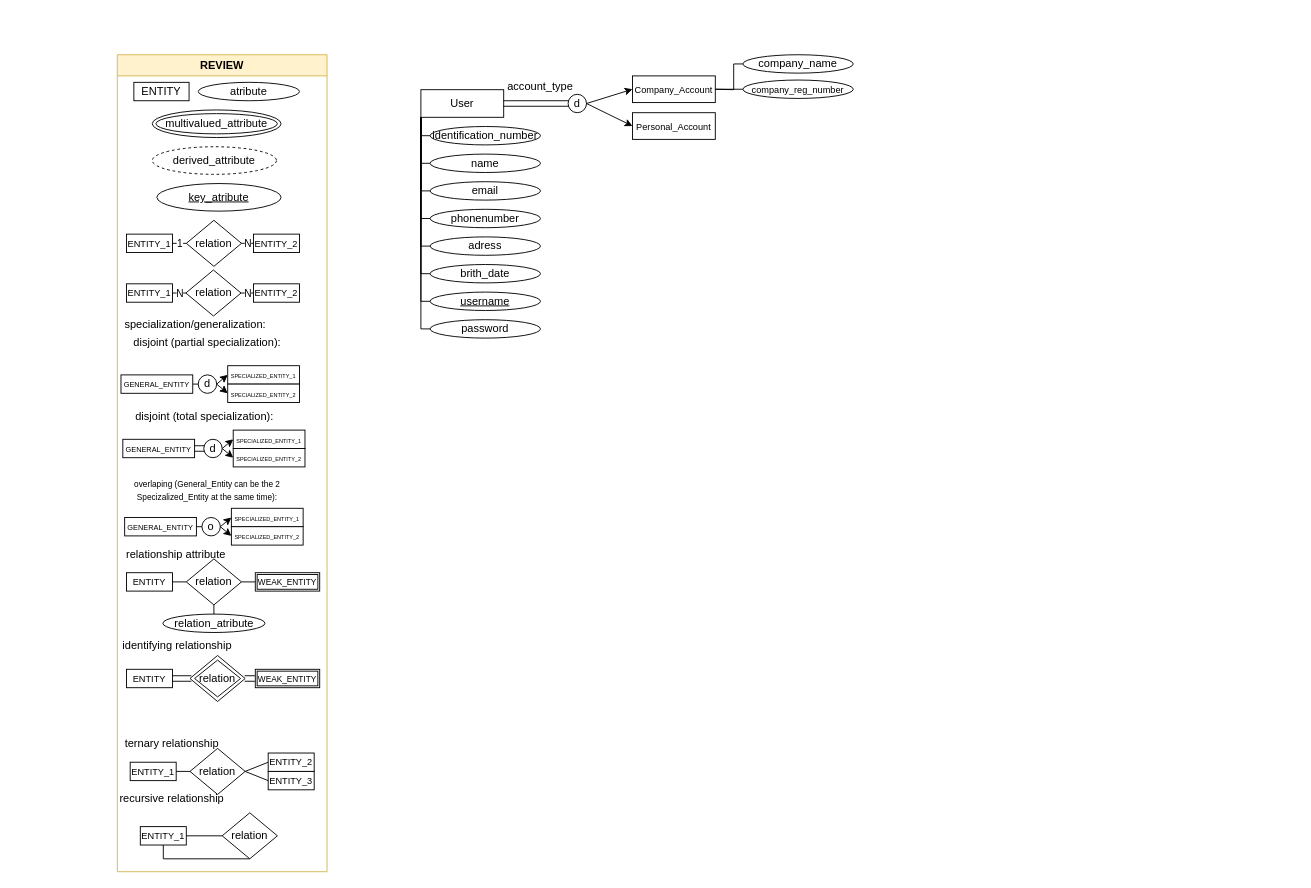
Above: Diagrams/Entity-Relationship Diagram.drawio in victorsenema/Databases-Review-of-Concepts-and-Practices- (draw.io), before the change. Source tidied: cells renumbered, new cells numbered last; positions are measured from the earlier drawing's top-left corner, leaving out a move shared by most shapes. Both pictures are drawn from the tidied source at 92%, with x=0, y=0 at pixel (117, 54).
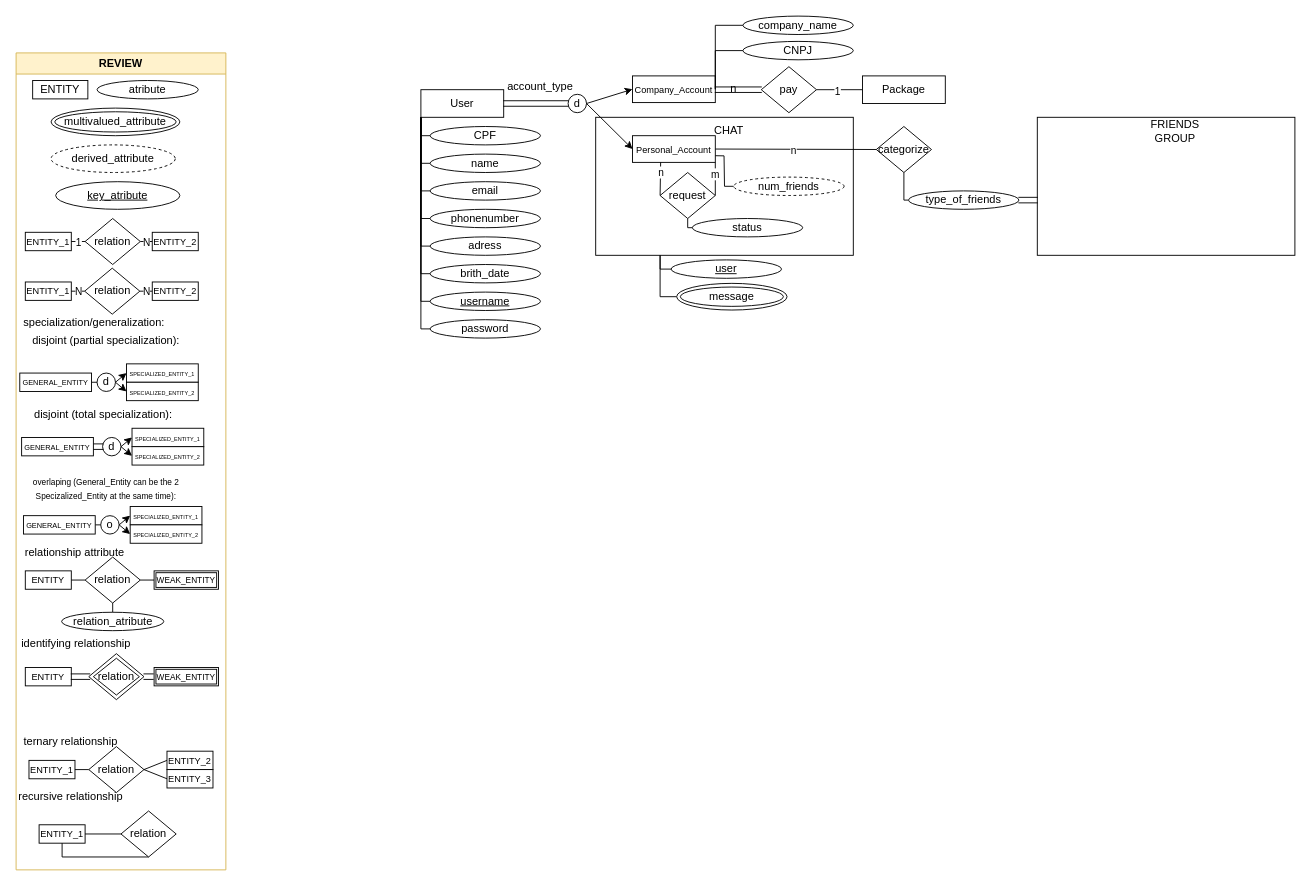
The same page after the edit.

The change refers to these unchanged cells:
```xml
<mxCell id="22" value="&lt;font style=&quot;font-size: 10px;&quot;&gt;Company_Account&lt;/font&gt;" style="rounded=0;whiteSpace=wrap;html=1;" parent="1" vertex="1">
  <mxGeometry x="560" y="23" width="90" height="29" as="geometry" />
</mxCell>
```

Change to the diagram source:
```diff
@@
+    <mxCell id="104" style="rounded=0;whiteSpace=wrap;html=1;" parent="1" vertex="1">
+      <mxGeometry x="520" y="68" width="280" height="150" as="geometry" />
+    </mxCell>
@@
-    <mxCell id="3" value="identification_number" style="ellipse;whiteSpace=wrap;html=1;shapeInside=1;align=center;" parent="1" vertex="1">
+    <mxCell id="3" value="CPF" style="ellipse;whiteSpace=wrap;html=1;shapeInside=1;align=center;" parent="1" vertex="1">
       <mxGeometry x="340" y="78" width="120" height="20" as="geometry" />
     </mxCell>
@@
     <mxCell id="23" value="&lt;font style=&quot;font-size: 10px;&quot;&gt;Personal_Account&lt;/font&gt;" style="rounded=0;whiteSpace=wrap;html=1;" parent="1" vertex="1">
-      <mxGeometry x="560" y="63" width="90" height="29" as="geometry" />
+      <mxGeometry x="560" y="88" width="90" height="29" as="geometry" />
     </mxCell>
@@
-    <mxCell id="26" value="&lt;font size=&quot;1&quot;&gt;company_reg_number&lt;/font&gt;" style="ellipse;whiteSpace=wrap;html=1;shapeInside=1;align=center;" parent="1" vertex="1">
-      <mxGeometry x="680" y="27.5" width="120" height="20" as="geometry" />
+    <mxCell id="26" value="CNPJ" style="ellipse;whiteSpace=wrap;html=1;shapeInside=1;align=center;" parent="1" vertex="1">
+      <mxGeometry x="680" y="-14.5" width="120" height="20" as="geometry" />
     </mxCell>
     <mxCell id="27" style="endArrow=none;html=1;rounded=0;entryX=1;entryY=0.5;entryDx=0;entryDy=0;exitX=0;exitY=0.5;exitDx=0;exitDy=0;" parent="1" edge="1" source="26" target="22">
-      <mxGeometry relative="1" as="geometry" />
+      <mxGeometry relative="1" as="geometry">
+        <Array as="points">
+          <mxPoint x="650" y="-4.5" />
+        </Array>
+      </mxGeometry>
     </mxCell>
     <mxCell id="28" value="company_name" style="ellipse;whiteSpace=wrap;html=1;shapeInside=1;align=center;" parent="1" vertex="1">
-      <mxGeometry x="680" width="120" height="20" as="geometry" />
+      <mxGeometry x="680" y="-42" width="120" height="20" as="geometry" />
     </mxCell>
     <mxCell id="29" style="endArrow=none;html=1;rounded=0;entryX=1;entryY=0.5;entryDx=0;entryDy=0;exitX=0;exitY=0.5;exitDx=0;exitDy=0;" parent="1" edge="1" source="28" target="22">
       <mxGeometry relative="1" as="geometry">
         <Array as="points">
-          <mxPoint x="670" y="10" />
-          <mxPoint x="670" y="38" />
+          <mxPoint x="650" y="-32" />
         </Array>
       </mxGeometry>
     </mxCell>
     <mxCell id="30" value="REVIEW" style="swimlane;whiteSpace=wrap;html=1;fillColor=#fff2cc;strokeColor=#d6b656;" parent="1" vertex="1">
-      <mxGeometry width="228" height="888" as="geometry" />
+      <mxGeometry x="-110" y="-2" width="228" height="888" as="geometry" />
     </mxCell>
@@
+    <mxCell id="105" value="Package" style="rounded=0;whiteSpace=wrap;html=1;" parent="1" vertex="1">
+      <mxGeometry x="810" y="23" width="90" height="30" as="geometry" />
+    </mxCell>
+    <mxCell id="106" value="pay" style="rhombus;whiteSpace=wrap;html=1;shapeInside=1;" parent="1" vertex="1">
+      <mxGeometry x="700" y="13" width="60" height="50" as="geometry" />
+    </mxCell>
+    <mxCell id="107" style="endArrow=none;html=1;rounded=0;entryX=1;entryY=0.5;entryDx=0;entryDy=0;exitX=0;exitY=0.5;exitDx=0;exitDy=0;" parent="1" edge="1" source="105" target="106">
+      <mxGeometry relative="1" as="geometry" />
+    </mxCell>
+    <mxCell id="108" value="1" style="edgeLabel;html=1;align=center;verticalAlign=middle;" parent="107" vertex="1">
+      <mxGeometry x="0.11" y="1" relative="1" as="geometry" />
+    </mxCell>
+    <mxCell id="109" value="request" style="rhombus;whiteSpace=wrap;html=1;shapeInside=1;" parent="1" vertex="1">
+      <mxGeometry x="590" y="128" width="60" height="50" as="geometry" />
+    </mxCell>
+    <mxCell id="110" style="group;" parent="1" vertex="1">
+      <mxGeometry x="660" y="13" width="20" height="50" as="geometry" />
+    </mxCell>
+    <mxCell id="111" style="shape=partialRectangle;whiteSpace=wrap;html=1;top=0;bottom=0;fillColor=none;rotation=90;" parent="110" vertex="1">
+      <mxGeometry x="12" width="6" height="50" as="geometry" />
+    </mxCell>
+    <mxCell id="112" value="n" style="text;html=1;whiteSpace=wrap;strokeColor=none;fillColor=none;align=center;verticalAlign=middle;rounded=0;" parent="110" vertex="1">
+      <mxGeometry y="17.2" width="20" height="14.5" as="geometry" />
+    </mxCell>
+    <mxCell id="113" value="status" style="ellipse;whiteSpace=wrap;html=1;shapeInside=1;align=center;" parent="1" vertex="1">
+      <mxGeometry x="625" y="178" width="120" height="20" as="geometry" />
+    </mxCell>
+    <mxCell id="114" style="endArrow=none;html=1;rounded=0;entryX=0.5;entryY=1;entryDx=0;entryDy=0;exitX=0;exitY=0.5;exitDx=0;exitDy=0;" parent="1" edge="1" source="113" target="109">
+      <mxGeometry x="-0.06" relative="1" as="geometry">
+        <Array as="points">
+          <mxPoint x="620" y="188" />
+        </Array>
+      </mxGeometry>
+    </mxCell>
+    <mxCell id="115" value="CHAT" style="text;html=1;whiteSpace=wrap;strokeColor=none;fillColor=none;align=center;verticalAlign=middle;rounded=0;" parent="1" vertex="1">
+      <mxGeometry x="635" y="68" width="60" height="30" as="geometry" />
+    </mxCell>
+    <mxCell id="116" style="endArrow=none;html=1;rounded=0;entryX=0.25;entryY=1;entryDx=0;entryDy=0;exitX=0;exitY=0.5;exitDx=0;exitDy=0;" parent="1" edge="1" source="117" target="104">
+      <mxGeometry x="0.3" relative="1" as="geometry">
+        <Array as="points">
+          <mxPoint x="590" y="233" />
+        </Array>
+      </mxGeometry>
+    </mxCell>
+    <mxCell id="117" value="&lt;u&gt;user&lt;/u&gt;" style="ellipse;whiteSpace=wrap;html=1;shapeInside=1;align=center;" parent="1" vertex="1">
+      <mxGeometry x="602" y="223" width="120" height="20" as="geometry" />
+    </mxCell>
+    <mxCell id="118" style="endArrow=none;html=1;rounded=0;entryX=0.25;entryY=1;entryDx=0;entryDy=0;exitX=0;exitY=0.5;exitDx=0;exitDy=0;" parent="1" edge="1" source="119" target="104">
+      <mxGeometry x="0.18" relative="1" as="geometry">
+        <Array as="points">
+          <mxPoint x="590" y="263" />
+        </Array>
+      </mxGeometry>
+    </mxCell>
+    <mxCell id="119" value="message" style="ellipse;shape=doubleEllipse;whiteSpace=wrap;html=1;" parent="1" vertex="1">
+      <mxGeometry x="608" y="248.5" width="120" height="29" as="geometry" />
+    </mxCell>
+    <mxCell id="120" value="num_friends" style="ellipse;whiteSpace=wrap;html=1;shapeInside=1;dashed=1;fillColor=none;" parent="1" vertex="1">
+      <mxGeometry x="670" y="133" width="120" height="20" as="geometry" />
+    </mxCell>
+    <mxCell id="121" style="endArrow=none;html=1;rounded=0;entryX=1;entryY=1;entryDx=0;entryDy=0;exitX=1;exitY=0.5;exitDx=0;exitDy=0;" parent="1" edge="1" source="109" target="23">
+      <mxGeometry relative="1" as="geometry" />
+    </mxCell>
+    <mxCell id="122" value="m" style="edgeLabel;html=1;align=center;verticalAlign=middle;" parent="121" vertex="1">
+      <mxGeometry x="0.31" y="1" relative="1" as="geometry" />
+    </mxCell>
+    <mxCell id="123" style="endArrow=none;html=1;rounded=0;entryX=0;entryY=0.5;entryDx=0;entryDy=0;exitX=0.34;exitY=0.998;exitDx=0;exitDy=0;exitPerimeter=0;" parent="1" edge="1" source="23" target="109">
+      <mxGeometry relative="1" as="geometry" />
+    </mxCell>
+    <mxCell id="124" value="n" style="edgeLabel;html=1;align=center;verticalAlign=middle;" parent="123" vertex="1">
+      <mxGeometry x="-0.4" relative="1" as="geometry" />
+    </mxCell>
+    <mxCell id="125" value="categorize" style="rhombus;whiteSpace=wrap;html=1;shapeInside=1;" parent="1" vertex="1">
+      <mxGeometry x="825" y="78" width="60" height="50" as="geometry" />
+    </mxCell>
+    <mxCell id="126" style="endArrow=none;html=1;rounded=0;entryX=1;entryY=0.75;entryDx=0;entryDy=0;exitX=0;exitY=0.5;exitDx=0;exitDy=0;" parent="1" edge="1" source="120" target="23">
+      <mxGeometry relative="1" as="geometry">
+        <Array as="points">
+          <mxPoint x="660" y="143" />
+          <mxPoint x="659.5" y="109.9" />
+        </Array>
+      </mxGeometry>
+    </mxCell>
+    <mxCell id="127" style="endArrow=none;html=1;rounded=0;entryX=1;entryY=0.5;entryDx=0;entryDy=0;exitX=0;exitY=0.5;exitDx=0;exitDy=0;" parent="1" edge="1" source="125" target="23">
+      <mxGeometry relative="1" as="geometry" />
+    </mxCell>
+    <mxCell id="128" value="n" style="edgeLabel;html=1;align=center;verticalAlign=middle;" parent="127" vertex="1">
+      <mxGeometry x="0.03" y="1" relative="1" as="geometry" />
+    </mxCell>
+    <mxCell id="129" style="endArrow=none;html=1;rounded=0;entryX=0.5;entryY=1;entryDx=0;entryDy=0;exitX=0;exitY=0.5;exitDx=0;exitDy=0;" parent="1" edge="1" source="130" target="125">
+      <mxGeometry relative="1" as="geometry">
+        <Array as="points">
+          <mxPoint x="855" y="158" />
+        </Array>
+      </mxGeometry>
+    </mxCell>
+    <mxCell id="130" value="type_of_friends" style="ellipse;whiteSpace=wrap;html=1;shapeInside=1;align=center;" parent="1" vertex="1">
+      <mxGeometry x="860" y="148" width="120" height="20" as="geometry" />
+    </mxCell>
+    <mxCell id="131" style="group;" parent="1" vertex="1">
+      <mxGeometry x="1000" y="68" width="280" height="150" as="geometry" />
+    </mxCell>
+    <mxCell id="132" style="rounded=0;whiteSpace=wrap;html=1;" parent="131" vertex="1">
+      <mxGeometry width="280" height="150" as="geometry" />
+    </mxCell>
+    <mxCell id="133" value="FRIENDS GROUP" style="text;html=1;whiteSpace=wrap;strokeColor=none;fillColor=none;align=center;verticalAlign=middle;rounded=0;" parent="131" vertex="1">
+      <mxGeometry x="120" y="0.5" width="60" height="29" as="geometry" />
+    </mxCell>
+    <mxCell id="134" style="shape=partialRectangle;whiteSpace=wrap;html=1;top=0;bottom=0;fillColor=none;rotation=90;" parent="1" vertex="1">
+      <mxGeometry x="987" y="148" width="6" height="20" as="geometry" />
+    </mxCell>
```
